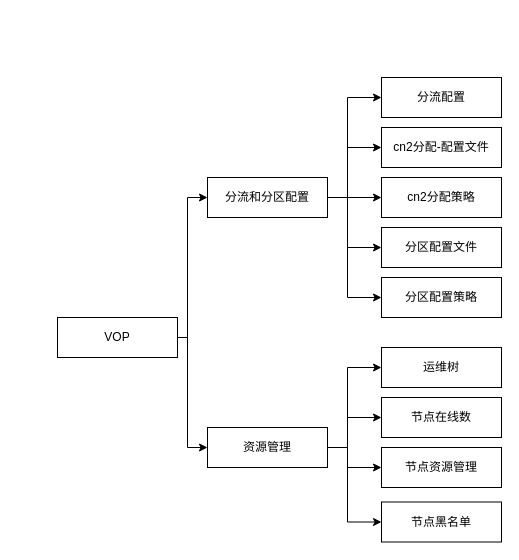
Above: image/VOP.drawio in Besideme/besideme.github.io (draw.io), before the change. Source tidied: cells renumbered, new cells numbered last; positions are measured from the earlier drawing's top-left corner, leaving out a move shared by most shapes. Both pictures are drawn from the tidied source at 100%, with x=0, y=0 at pixel (57, 77).
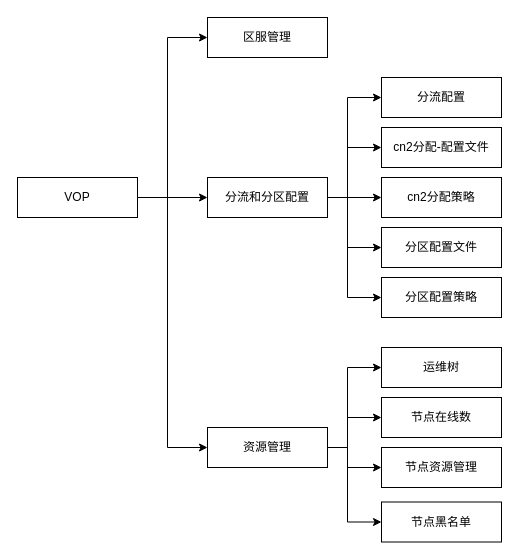
The same page after the edit.

The change refers to these unchanged cells:
```xml
<mxCell id="10" value="分流和分区配置" style="rounded=0;whiteSpace=wrap;html=1;" parent="1" vertex="1">
  <mxGeometry x="150" y="100" width="120" height="40" as="geometry" />
</mxCell>
<mxCell id="15" value="资源管理" style="rounded=0;whiteSpace=wrap;html=1;" parent="1" vertex="1">
  <mxGeometry x="150" y="350" width="120" height="40" as="geometry" />
</mxCell>
```

Change to the diagram source:
```diff
@@
+    <mxCell id="25" style="edgeStyle=orthogonalEdgeStyle;rounded=0;jettySize=auto;html=1;exitX=1;exitY=0.5;exitDx=0;exitDy=0;entryX=0;entryY=0.5;entryDx=0;entryDy=0;" parent="1" edge="1" source="4" target="26">
+      <mxGeometry relative="1" as="geometry">
+        <Array as="points">
+          <mxPoint x="110" y="120" />
+          <mxPoint x="110" y="-40" />
+        </Array>
+      </mxGeometry>
+    </mxCell>
-    <mxCell id="2" style="edgeStyle=orthogonalEdgeStyle;rounded=0;jettySize=auto;html=1;entryX=0;entryY=0.5;entryDx=0;entryDy=0;" parent="1" edge="1" source="4" target="10">
-      <mxGeometry relative="1" as="geometry">
-        <Array as="points">
-          <mxPoint x="130" y="260" />
-          <mxPoint x="130" y="120" />
-        </Array>
-      </mxGeometry>
+    <mxCell id="2" style="edgeStyle=orthogonalEdgeStyle;rounded=0;jettySize=auto;html=1;exitX=1;exitY=0.5;exitDx=0;exitDy=0;entryX=0;entryY=0.5;entryDx=0;entryDy=0;" parent="1" edge="1" source="4" target="10">
+      <mxGeometry relative="1" as="geometry" />
     </mxCell>
     <mxCell id="3" style="edgeStyle=orthogonalEdgeStyle;rounded=0;jettySize=auto;html=1;exitX=1;exitY=0.5;exitDx=0;exitDy=0;entryX=0;entryY=0.5;entryDx=0;entryDy=0;" parent="1" edge="1" source="4" target="15">
       <mxGeometry relative="1" as="geometry">
         <Array as="points">
-          <mxPoint x="130" y="260" />
-          <mxPoint x="130" y="370" />
+          <mxPoint x="110" y="120" />
+          <mxPoint x="110" y="370" />
         </Array>
       </mxGeometry>
     </mxCell>
     <mxCell id="4" value="VOP" style="rounded=0;whiteSpace=wrap;html=1;" parent="1" vertex="1">
-      <mxGeometry y="240" width="120" height="40" as="geometry" />
+      <mxGeometry x="-40" y="100" width="120" height="40" as="geometry" />
     </mxCell>
@@
+    <mxCell id="26" value="区服管理" style="rounded=0;whiteSpace=wrap;html=1;" parent="1" vertex="1">
+      <mxGeometry x="150" y="-60" width="120" height="40" as="geometry" />
+    </mxCell>
```
